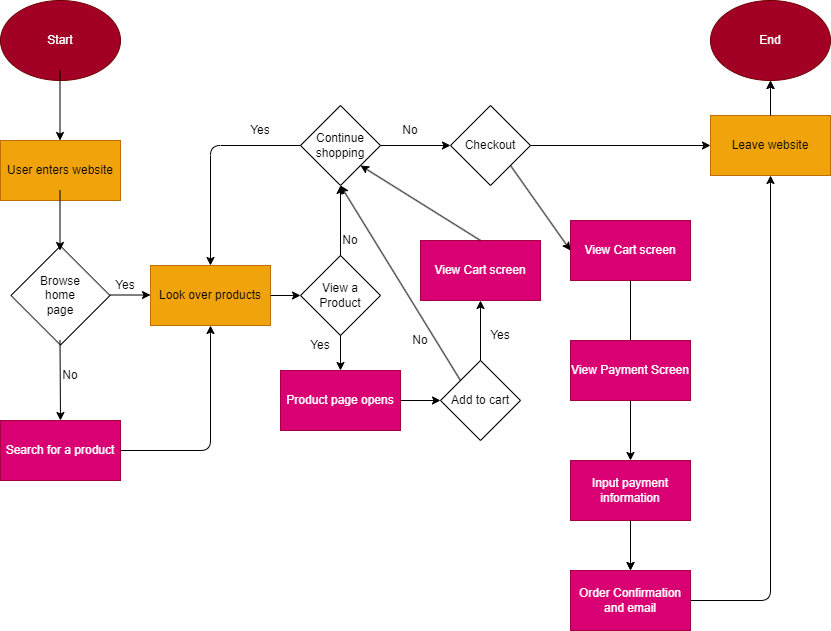
Earlier version of the draw.io export explore/diagramming/diagram.drawio.png (ptsanchez/sp24-cse110-lab4). Source tidied: cells renumbered, new cells last; positions are measured from the earlier drawing's top-left corner, leaving out a move shared by most shapes.
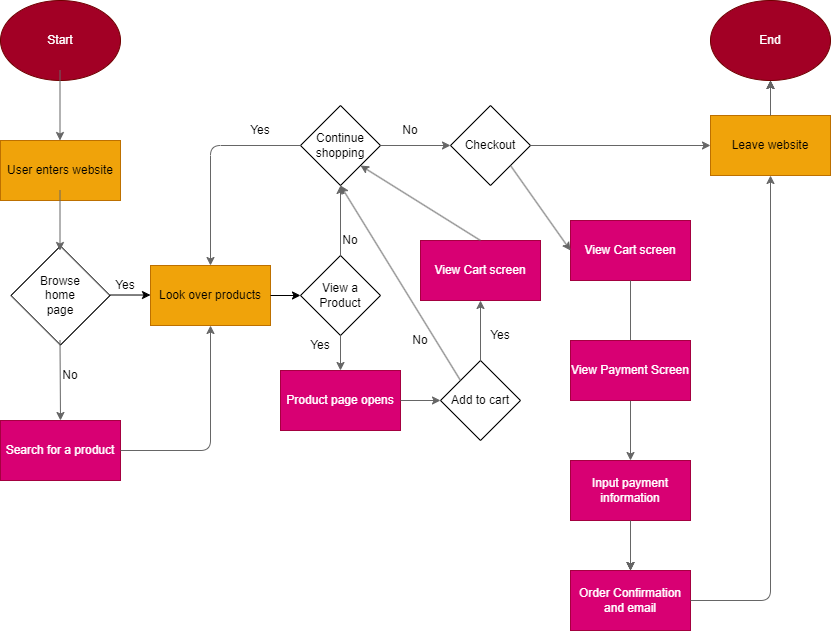
Later version of the same file.

Commit message:
adjust coloring for diagram

Diff of the diagram source:
```diff
@@ -8,7 +8,7 @@
     <mxCell id="3" value="User enters website" style="whiteSpace=wrap;html=1;fillColor=#f0a30a;fontColor=#000000;strokeColor=#BD7000;" parent="1" vertex="1">
       <mxGeometry y="140" width="120" height="60" as="geometry" />
     </mxCell>
-    <mxCell id="4" style="edgeStyle=none;orthogonalLoop=1;jettySize=auto;html=1;" parent="1" edge="1">
+    <mxCell id="4" style="edgeStyle=none;orthogonalLoop=1;jettySize=auto;html=1;fillColor=#f5f5f5;strokeColor=#666666;" parent="1" edge="1">
       <mxGeometry relative="1" as="geometry">
         <mxPoint x="59.5" y="70" as="sourcePoint" />
         <mxPoint x="59.5" y="140" as="targetPoint" />
@@ -23,7 +23,7 @@
     <mxCell id="7" value="Search for a product" style="whiteSpace=wrap;html=1;fillColor=#d80073;fontColor=#ffffff;strokeColor=#A50040;rotation=0;" parent="1" vertex="1">
       <mxGeometry y="420" width="120" height="60" as="geometry" />
     </mxCell>
-    <mxCell id="8" style="edgeStyle=none;jettySize=auto;html=1;entryX=0.5;entryY=0;entryDx=0;entryDy=0;" parent="1" edge="1" target="7">
+    <mxCell id="8" style="edgeStyle=none;jettySize=auto;html=1;entryX=0.5;entryY=0;entryDx=0;entryDy=0;fillColor=#f5f5f5;strokeColor=#666666;" parent="1" edge="1" target="7">
       <mxGeometry relative="1" as="geometry">
         <mxPoint x="59.5" y="340" as="sourcePoint" />
       </mxGeometry>
@@ -31,7 +31,7 @@
     <mxCell id="9" value="No" style="text;strokeColor=none;align=center;fillColor=none;html=1;verticalAlign=middle;whiteSpace=wrap;rounded=0;" parent="1" vertex="1">
       <mxGeometry x="40" y="360" width="60" height="30" as="geometry" />
     </mxCell>
-    <mxCell id="10" style="edgeStyle=none;orthogonalLoop=1;jettySize=auto;html=1;" parent="1" edge="1">
+    <mxCell id="10" style="edgeStyle=none;orthogonalLoop=1;jettySize=auto;html=1;fillColor=#f5f5f5;strokeColor=#666666;" parent="1" edge="1">
       <mxGeometry relative="1" as="geometry">
         <mxPoint x="59.5" y="190" as="sourcePoint" />
         <mxPoint x="59.5" y="250" as="targetPoint" />
@@ -48,7 +48,7 @@
     <mxCell id="13" value="Yes" style="text;strokeColor=none;align=center;fillColor=none;html=1;verticalAlign=middle;whiteSpace=wrap;rounded=0;" parent="1" vertex="1">
       <mxGeometry x="95" y="270" width="60" height="30" as="geometry" />
     </mxCell>
-    <mxCell id="14" style="edgeStyle=none;jettySize=auto;html=1;exitX=1;exitY=0.5;exitDx=0;exitDy=0;entryX=0.5;entryY=1;entryDx=0;entryDy=0;" parent="1" edge="1" source="7" target="11">
+    <mxCell id="14" style="edgeStyle=none;jettySize=auto;html=1;exitX=1;exitY=0.5;exitDx=0;exitDy=0;entryX=0.5;entryY=1;entryDx=0;entryDy=0;fillColor=#f5f5f5;strokeColor=#666666;" parent="1" edge="1" source="7" target="11">
       <mxGeometry relative="1" as="geometry">
         <Array as="points">
           <mxPoint x="210" y="450" />
@@ -64,7 +64,7 @@
     <mxCell id="17" value="Continue shopping" style="rhombus;whiteSpace=wrap;html=1;" parent="1" vertex="1">
       <mxGeometry x="300" y="105" width="80" height="80" as="geometry" />
     </mxCell>
-    <mxCell id="18" style="edgeStyle=none;jettySize=auto;html=1;exitX=0;exitY=0.5;exitDx=0;exitDy=0;entryX=0.5;entryY=0;entryDx=0;entryDy=0;" parent="1" edge="1" source="17" target="11">
+    <mxCell id="18" style="edgeStyle=none;jettySize=auto;html=1;exitX=0;exitY=0.5;exitDx=0;exitDy=0;entryX=0.5;entryY=0;entryDx=0;entryDy=0;fillColor=#f5f5f5;strokeColor=#666666;" parent="1" edge="1" source="17" target="11">
       <mxGeometry relative="1" as="geometry">
         <Array as="points">
           <mxPoint x="210" y="145" />
@@ -77,7 +77,7 @@
     <mxCell id="20" value="No" style="text;strokeColor=none;align=center;fillColor=none;html=1;verticalAlign=middle;whiteSpace=wrap;rounded=0;" parent="1" vertex="1">
       <mxGeometry x="320" y="225" width="60" height="30" as="geometry" />
     </mxCell>
-    <mxCell id="21" style="edgeStyle=none;jettySize=auto;html=1;exitX=0.5;exitY=0;exitDx=0;exitDy=0;entryX=0.5;entryY=1;entryDx=0;entryDy=0;" parent="1" edge="1" source="16" target="17">
+    <mxCell id="21" style="edgeStyle=none;jettySize=auto;html=1;exitX=0.5;exitY=0;exitDx=0;exitDy=0;entryX=0.5;entryY=1;entryDx=0;entryDy=0;fillColor=#f5f5f5;strokeColor=#666666;" parent="1" edge="1" source="16" target="17">
       <mxGeometry relative="1" as="geometry" />
     </mxCell>
     <mxCell id="22" value="Checkout" style="rhombus;whiteSpace=wrap;html=1;" parent="1" vertex="1">
@@ -86,7 +86,7 @@
     <mxCell id="23" value="No" style="text;strokeColor=none;align=center;fillColor=none;html=1;verticalAlign=middle;whiteSpace=wrap;rounded=0;" parent="1" vertex="1">
       <mxGeometry x="380" y="115" width="60" height="30" as="geometry" />
     </mxCell>
-    <mxCell id="24" style="edgeStyle=none;jettySize=auto;html=1;exitX=1;exitY=0.5;exitDx=0;exitDy=0;entryX=0;entryY=0.5;entryDx=0;entryDy=0;" parent="1" edge="1" source="17" target="22">
+    <mxCell id="24" style="edgeStyle=none;jettySize=auto;html=1;exitX=1;exitY=0.5;exitDx=0;exitDy=0;entryX=0;entryY=0.5;entryDx=0;entryDy=0;fillColor=#f5f5f5;strokeColor=#666666;" parent="1" edge="1" source="17" target="22">
       <mxGeometry relative="1" as="geometry" />
     </mxCell>
     <mxCell id="25" value="View Cart screen" style="whiteSpace=wrap;html=1;fillColor=#d80073;fontColor=#ffffff;strokeColor=#A50040;" parent="1" vertex="1">
@@ -103,16 +103,16 @@
     <mxCell id="28" value="Input payment information" style="whiteSpace=wrap;html=1;fillColor=#d80073;fontColor=#ffffff;strokeColor=#A50040;" parent="1" vertex="1">
       <mxGeometry x="570" y="460" width="120" height="60" as="geometry" />
     </mxCell>
-    <mxCell id="29" style="edgeStyle=none;jettySize=auto;html=1;exitX=0.5;exitY=1;exitDx=0;exitDy=0;entryX=0.5;entryY=0;entryDx=0;entryDy=0;" parent="1" edge="1" source="45" target="28">
+    <mxCell id="29" style="edgeStyle=none;jettySize=auto;html=1;exitX=0.5;exitY=1;exitDx=0;exitDy=0;entryX=0.5;entryY=0;entryDx=0;entryDy=0;fillColor=#f5f5f5;strokeColor=#666666;" parent="1" edge="1" source="45" target="28">
       <mxGeometry relative="1" as="geometry" />
     </mxCell>
-    <mxCell id="30" style="edgeStyle=none;jettySize=auto;html=1;exitX=0.5;exitY=1;exitDx=0;exitDy=0;entryX=0.5;entryY=0;entryDx=0;entryDy=0;" parent="1" edge="1" source="28" target="31">
+    <mxCell id="30" style="edgeStyle=none;jettySize=auto;html=1;exitX=0.5;exitY=1;exitDx=0;exitDy=0;entryX=0.5;entryY=0;entryDx=0;entryDy=0;fillColor=#f5f5f5;strokeColor=#666666;" parent="1" edge="1" source="28" target="31">
       <mxGeometry relative="1" as="geometry" />
     </mxCell>
     <mxCell id="31" value="Order Confirmation and email" style="whiteSpace=wrap;html=1;fillColor=#d80073;fontColor=#ffffff;strokeColor=#A50040;" parent="1" vertex="1">
       <mxGeometry x="570" y="570" width="120" height="60" as="geometry" />
     </mxCell>
-    <mxCell id="32" style="edgeStyle=none;jettySize=auto;html=1;exitX=1;exitY=1;exitDx=0;exitDy=0;entryX=0;entryY=0.5;entryDx=0;entryDy=0;" parent="1" edge="1" source="22" target="25">
+    <mxCell id="32" style="edgeStyle=none;jettySize=auto;html=1;exitX=1;exitY=1;exitDx=0;exitDy=0;entryX=0;entryY=0.5;entryDx=0;entryDy=0;fillColor=#f5f5f5;strokeColor=#666666;" parent="1" edge="1" source="22" target="25">
       <mxGeometry relative="1" as="geometry" />
     </mxCell>
     <mxCell id="33" style="edgeStyle=none;html=1;" parent="1" edge="1" source="34" target="36">
@@ -121,19 +121,19 @@
     <mxCell id="34" value="Leave website" style="whiteSpace=wrap;html=1;fillColor=#f0a30a;fontColor=#000000;strokeColor=#BD7000;" parent="1" vertex="1">
       <mxGeometry x="710" y="115" width="120" height="60" as="geometry" />
     </mxCell>
-    <mxCell id="35" style="edgeStyle=none;jettySize=auto;html=1;exitX=1;exitY=0.5;exitDx=0;exitDy=0;entryX=0;entryY=0.5;entryDx=0;entryDy=0;" parent="1" edge="1" source="22" target="34">
+    <mxCell id="35" style="edgeStyle=none;jettySize=auto;html=1;exitX=1;exitY=0.5;exitDx=0;exitDy=0;entryX=0;entryY=0.5;entryDx=0;entryDy=0;fillColor=#f5f5f5;strokeColor=#666666;" parent="1" edge="1" source="22" target="34">
       <mxGeometry relative="1" as="geometry" />
     </mxCell>
     <mxCell id="36" value="End" style="ellipse;whiteSpace=wrap;html=1;fillColor=#a20025;fontColor=#ffffff;strokeColor=#6F0000;" parent="1" vertex="1">
       <mxGeometry x="710" width="120" height="80" as="geometry" />
     </mxCell>
-    <mxCell id="37" style="edgeStyle=none;jettySize=auto;html=1;entryX=0.5;entryY=1;entryDx=0;entryDy=0;exitX=0.5;exitY=0;exitDx=0;exitDy=0;" parent="1" edge="1" source="34" target="36">
+    <mxCell id="37" style="edgeStyle=none;jettySize=auto;html=1;entryX=0.5;entryY=1;entryDx=0;entryDy=0;exitX=0.5;exitY=0;exitDx=0;exitDy=0;fillColor=#f5f5f5;strokeColor=#666666;" parent="1" edge="1" source="34" target="36">
       <mxGeometry relative="1" as="geometry" />
     </mxCell>
     <mxCell id="38" value="Product page opens" style="whiteSpace=wrap;html=1;fillColor=#d80073;fontColor=#ffffff;strokeColor=#A50040;" parent="1" vertex="1">
       <mxGeometry x="280" y="370" width="120" height="60" as="geometry" />
     </mxCell>
-    <mxCell id="39" style="edgeStyle=none;jettySize=auto;html=1;exitX=0.5;exitY=1;exitDx=0;exitDy=0;entryX=0.5;entryY=0;entryDx=0;entryDy=0;" parent="1" edge="1" source="16" target="38">
+    <mxCell id="39" style="edgeStyle=none;jettySize=auto;html=1;exitX=0.5;exitY=1;exitDx=0;exitDy=0;entryX=0.5;entryY=0;entryDx=0;entryDy=0;fillColor=#f5f5f5;strokeColor=#666666;" parent="1" edge="1" source="16" target="38">
       <mxGeometry relative="1" as="geometry" />
     </mxCell>
     <mxCell id="40" value="Add to cart" style="rhombus;whiteSpace=wrap;html=1;" parent="1" vertex="1">
@@ -142,34 +142,34 @@
     <mxCell id="41" value="Yes" style="text;strokeColor=none;align=center;fillColor=none;html=1;verticalAlign=middle;whiteSpace=wrap;rounded=0;" parent="1" vertex="1">
       <mxGeometry x="290" y="330" width="60" height="30" as="geometry" />
     </mxCell>
-    <mxCell id="42" style="edgeStyle=none;jettySize=auto;html=1;exitX=1;exitY=0.5;exitDx=0;exitDy=0;entryX=0;entryY=0.5;entryDx=0;entryDy=0;" parent="1" edge="1" source="38" target="40">
+    <mxCell id="42" style="edgeStyle=none;jettySize=auto;html=1;exitX=1;exitY=0.5;exitDx=0;exitDy=0;entryX=0;entryY=0.5;entryDx=0;entryDy=0;fillColor=#f5f5f5;strokeColor=#666666;" parent="1" edge="1" source="38" target="40">
       <mxGeometry relative="1" as="geometry" />
     </mxCell>
     <mxCell id="43" value="View Cart screen" style="whiteSpace=wrap;html=1;fillColor=#d80073;fontColor=#ffffff;strokeColor=#A50040;" parent="1" vertex="1">
       <mxGeometry x="420" y="240" width="120" height="60" as="geometry" />
     </mxCell>
-    <mxCell id="44" style="edgeStyle=none;jettySize=auto;html=1;exitX=0.5;exitY=1;exitDx=0;exitDy=0;endArrow=none;" parent="1" edge="1" source="25" target="45">
+    <mxCell id="44" style="edgeStyle=none;jettySize=auto;html=1;exitX=0.5;exitY=1;exitDx=0;exitDy=0;endArrow=none;fillColor=#f5f5f5;strokeColor=#666666;" parent="1" edge="1" source="25" target="45">
       <mxGeometry relative="1" as="geometry" />
     </mxCell>
     <mxCell id="45" value="View Payment Screen&lt;span style=&quot;color: rgba(0, 0, 0, 0); font-family: monospace; font-size: 0px; text-align: start;&quot;&gt;%3CmxGraphModel%3E%3Croot%3E%3CmxCell%20id%3D%220%22%2F%3E%3CmxCell%20id%3D%221%22%20parent%3D%220%22%2F%3E%3CmxCell%20id%3D%222%22%20value%3D%22View%20Cart%20screen%22%20style%3D%22whiteSpace%3Dwrap%3Bhtml%3D1%3BfillColor%3D%23f0a30a%3BfontColor%3D%23000000%3BstrokeColor%3D%23BD7000%3B%22%20vertex%3D%221%22%20parent%3D%221%22%3E%3CmxGeometry%20x%3D%22580%22%20y%3D%22260%22%20width%3D%22120%22%20height%3D%2260%22%20as%3D%22geometry%22%2F%3E%3C%2FmxCell%3E%3C%2Froot%3E%3C%2FmxGraphModel%3E&lt;/span&gt;" style="whiteSpace=wrap;html=1;fillColor=#d80073;fontColor=#ffffff;strokeColor=#A50040;" parent="1" vertex="1">
       <mxGeometry x="570" y="340" width="120" height="60" as="geometry" />
     </mxCell>
-    <mxCell id="46" style="edgeStyle=none;jettySize=auto;html=1;exitX=0.5;exitY=0;exitDx=0;exitDy=0;entryX=0.5;entryY=1;entryDx=0;entryDy=0;" parent="1" edge="1" source="40" target="43">
+    <mxCell id="46" style="edgeStyle=none;jettySize=auto;html=1;exitX=0.5;exitY=0;exitDx=0;exitDy=0;entryX=0.5;entryY=1;entryDx=0;entryDy=0;fillColor=#f5f5f5;strokeColor=#666666;" parent="1" edge="1" source="40" target="43">
       <mxGeometry relative="1" as="geometry" />
     </mxCell>
-    <mxCell id="47" style="edgeStyle=none;jettySize=auto;html=1;exitX=0;exitY=0;exitDx=0;exitDy=0;entryX=0.5;entryY=1;entryDx=0;entryDy=0;" parent="1" edge="1" source="40" target="17">
+    <mxCell id="47" style="edgeStyle=none;jettySize=auto;html=1;exitX=0;exitY=0;exitDx=0;exitDy=0;entryX=0.5;entryY=1;entryDx=0;entryDy=0;fillColor=#f5f5f5;strokeColor=#666666;" parent="1" edge="1" source="40" target="17">
       <mxGeometry relative="1" as="geometry" />
     </mxCell>
     <mxCell id="48" value="No" style="text;strokeColor=none;align=center;fillColor=none;html=1;verticalAlign=middle;whiteSpace=wrap;rounded=0;" parent="1" vertex="1">
       <mxGeometry x="390" y="325" width="60" height="30" as="geometry" />
     </mxCell>
-    <mxCell id="49" style="edgeStyle=none;jettySize=auto;html=1;exitX=0.5;exitY=0;exitDx=0;exitDy=0;entryX=1;entryY=1;entryDx=0;entryDy=0;" parent="1" edge="1" source="43" target="17">
+    <mxCell id="49" style="edgeStyle=none;jettySize=auto;html=1;exitX=0.5;exitY=0;exitDx=0;exitDy=0;entryX=1;entryY=1;entryDx=0;entryDy=0;fillColor=#f5f5f5;strokeColor=#666666;" parent="1" edge="1" source="43" target="17">
       <mxGeometry relative="1" as="geometry" />
     </mxCell>
     <mxCell id="50" value="Yes" style="text;strokeColor=none;align=center;fillColor=none;html=1;verticalAlign=middle;whiteSpace=wrap;rounded=0;" parent="1" vertex="1">
       <mxGeometry x="470" y="320" width="60" height="30" as="geometry" />
     </mxCell>
-    <mxCell id="51" style="edgeStyle=none;jettySize=auto;html=1;exitX=1;exitY=0.5;exitDx=0;exitDy=0;entryX=0.5;entryY=1;entryDx=0;entryDy=0;" parent="1" edge="1" source="31" target="34">
+    <mxCell id="51" style="edgeStyle=none;jettySize=auto;html=1;exitX=1;exitY=0.5;exitDx=0;exitDy=0;entryX=0.5;entryY=1;entryDx=0;entryDy=0;fillColor=#f5f5f5;strokeColor=#666666;" parent="1" edge="1" source="31" target="34">
       <mxGeometry relative="1" as="geometry">
         <Array as="points">
           <mxPoint x="770" y="600" />
```
